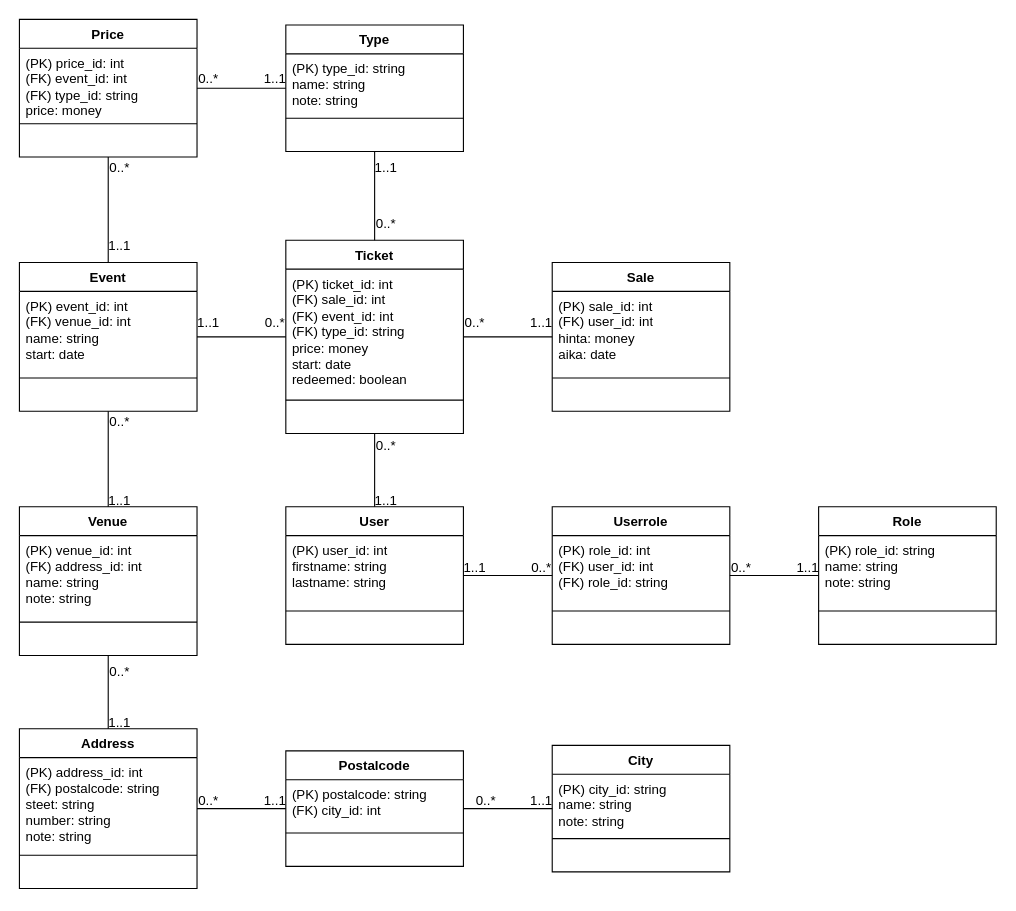
The draw.io diagram resources/DB_TicketGuru.drawio in jaolim/TicketGuru, before the edit. Source tidied: cells renumbered, new cells numbered last; positions are measured from the earlier drawing's top-left corner, leaving out a move shared by most shapes. Both pictures are drawn from the tidied source at 111%, with x=0, y=0 at pixel (19, 19).
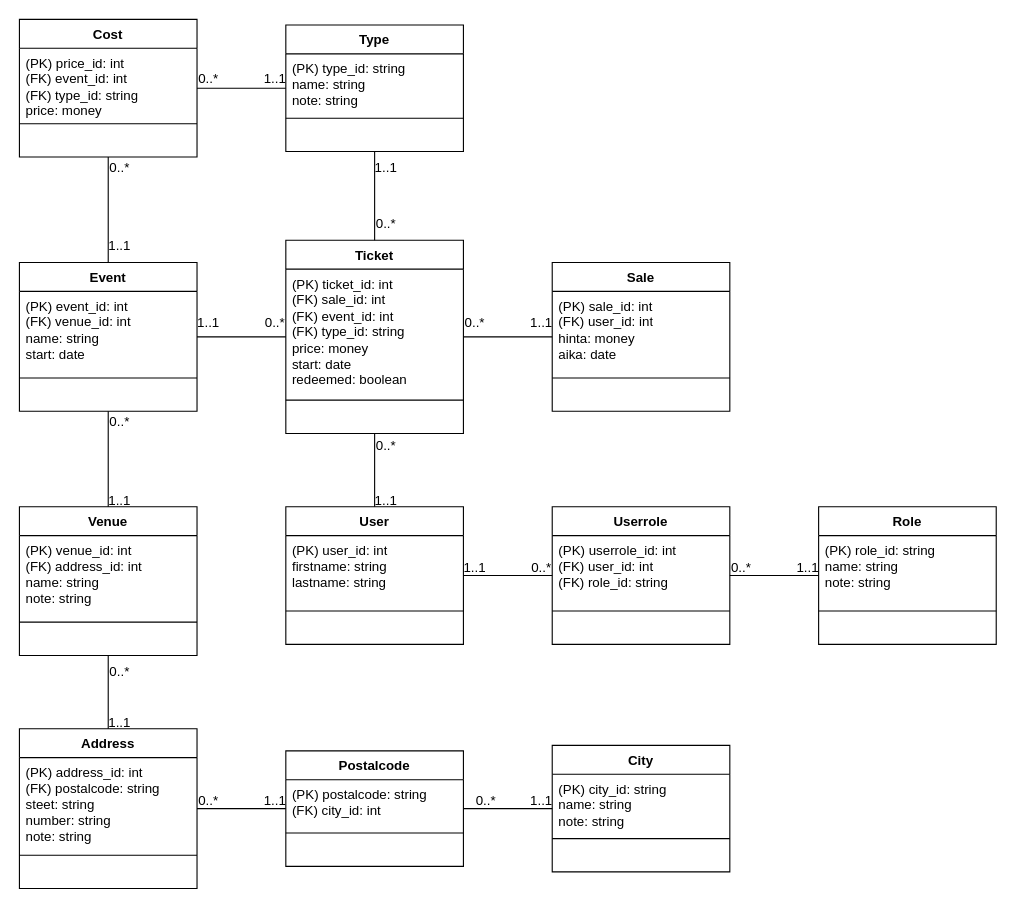
Above is the later version.

Commit message (it also covers changes not shown here):
Relaatiomallin pikkukorjauksia

The change refers to these unchanged cells:
```xml
<mxCell id="14" value="Userrole" style="swimlane;fontStyle=1;align=center;verticalAlign=top;horizontal=1;startSize=26;whiteSpace=wrap;html=1;" parent="1" vertex="1">
  <mxGeometry x="480" y="439" width="160" height="124" as="geometry" />
</mxCell>
```

Diff of the diagram source:
```diff
@@
-    <mxCell id="15" value="&lt;div&gt;&lt;div&gt;(PK) role_id: int&lt;/div&gt;&lt;/div&gt;&lt;div&gt;(FK) user_id: int&lt;/div&gt;&lt;div&gt;(FK) role_id: string&lt;/div&gt;&lt;div&gt;&lt;br&gt;&lt;/div&gt;" style="text;strokeColor=none;fillColor=none;align=left;verticalAlign=top;spacingLeft=4;spacingRight=4;overflow=hidden;whiteSpace=wrap;html=1;" parent="14" vertex="1">
+    <mxCell id="15" value="&lt;div&gt;&lt;div&gt;(PK) userrole_id: int&lt;/div&gt;&lt;/div&gt;&lt;div&gt;(FK) user_id: int&lt;/div&gt;&lt;div&gt;(FK) role_id: string&lt;/div&gt;&lt;div&gt;&lt;br&gt;&lt;/div&gt;" style="text;strokeColor=none;fillColor=none;align=left;verticalAlign=top;spacingLeft=4;spacingRight=4;overflow=hidden;whiteSpace=wrap;html=1;" parent="14" vertex="1">
       <mxGeometry y="26" width="160" height="64" as="geometry" />
     </mxCell>
@@
-    <mxCell id="51" value="Price" style="swimlane;fontStyle=1;align=center;verticalAlign=top;horizontal=1;startSize=26;whiteSpace=wrap;html=1;" parent="1" vertex="1">
+    <mxCell id="51" value="Cost" style="swimlane;fontStyle=1;align=center;verticalAlign=top;horizontal=1;startSize=26;whiteSpace=wrap;html=1;" parent="1" vertex="1">
       <mxGeometry width="160" height="124" as="geometry" />
     </mxCell>
```
